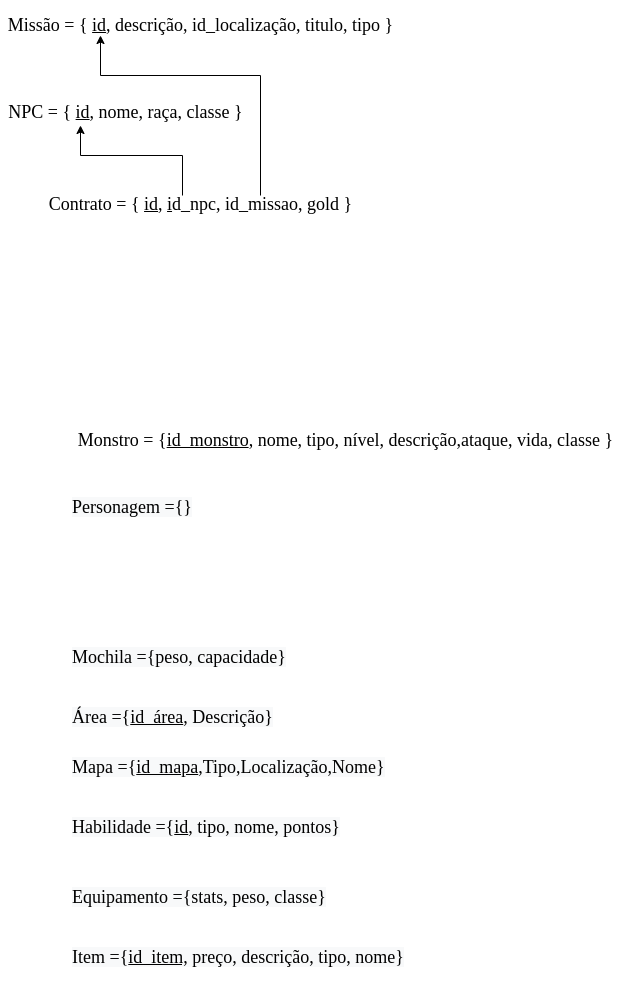
Before: Modelo Relacional/modeloRelacional.drawio.png, a diagram exported from draw.io (SBD1/Grupo6-TheWitcher). Source tidied: cells renumbered, new cells last; positions are measured from the earlier drawing's top-left corner, leaving out a move shared by most shapes.
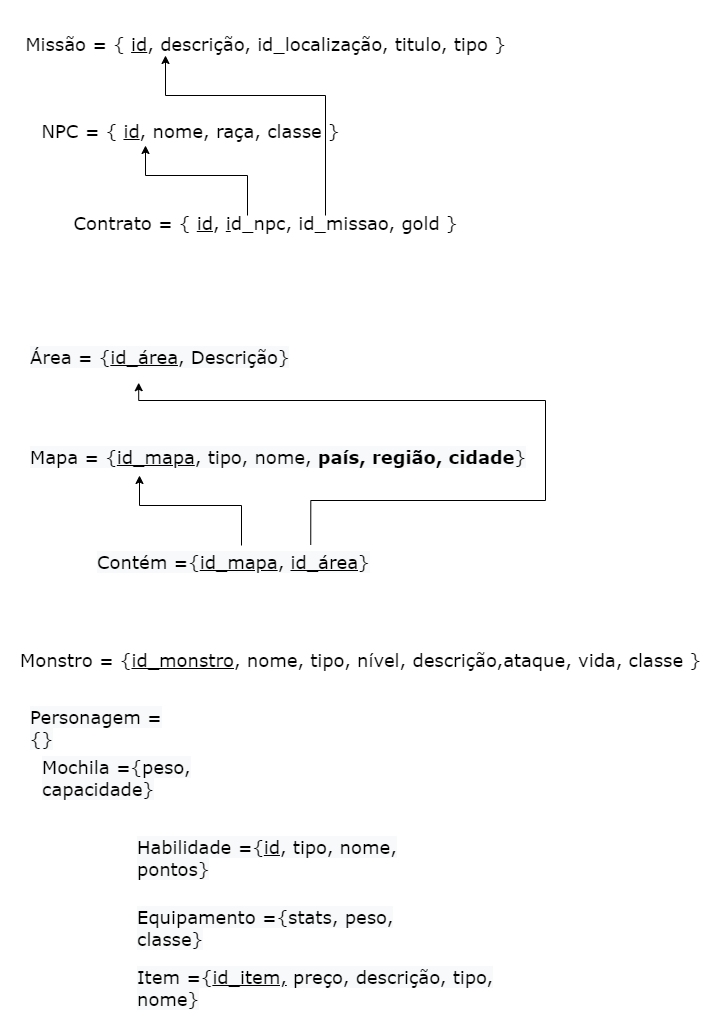
After the commit.

Commit message:
Adição do mapeamento de mapa e área

What changed in the source:
```diff
@@ -3,7 +3,7 @@
     <mxCell id="0" />
     <mxCell id="1" parent="0" />
     <mxCell id="2" value="&lt;font face=&quot;Verdana&quot; style=&quot;font-size: 18px&quot;&gt;Monstro = {&lt;u&gt;id_monstro&lt;/u&gt;, nome, tipo, nível, descrição,ataque, vida, classe }&lt;/font&gt;" style="text;html=1;align=center;verticalAlign=middle;strokeColor=none;fillColor=none;" parent="1" vertex="1">
-      <mxGeometry x="70" y="430" width="550" height="20" as="geometry" />
+      <mxGeometry x="20" y="630" width="550" height="20" as="geometry" />
     </mxCell>
     <mxCell id="3" value="&lt;p class=&quot;western&quot; style=&quot;margin-bottom: 0cm ; direction: ltr ; line-height: 21.92px ; text-align: left ; background: transparent&quot;&gt;&lt;font style=&quot;font-size: 18px&quot; face=&quot;Verdana&quot;&gt;&lt;font color=&quot;#000000&quot;&gt;&lt;font&gt;&lt;font&gt;Missão = { &lt;/font&gt;&lt;/font&gt;&lt;/font&gt;&lt;font color=&quot;#000000&quot;&gt;&lt;font&gt;&lt;u&gt;&lt;span style=&quot;background: transparent&quot;&gt;id&lt;/span&gt;&lt;/u&gt;&lt;/font&gt;&lt;/font&gt;&lt;font color=&quot;#000000&quot;&gt;&lt;font&gt;&lt;font&gt;, descrição, id_localização, titulo, tipo }&lt;/font&gt;&lt;/font&gt;&lt;/font&gt;&lt;/font&gt;&lt;/p&gt;" style="text;html=1;align=center;verticalAlign=middle;strokeColor=none;fillColor=none;" parent="1" vertex="1">
       <mxGeometry width="400" height="40" as="geometry" />
@@ -35,19 +35,19 @@
       </mxGeometry>
     </mxCell>
     <mxCell id="8" value="&lt;span style=&quot;color: rgb(0, 0, 0); font-family: verdana; font-size: 18px; font-style: normal; font-weight: 400; letter-spacing: normal; text-align: center; text-indent: 0px; text-transform: none; word-spacing: 0px; background-color: rgb(248, 249, 250); display: inline; float: none;&quot;&gt;Personagem ={}&lt;/span&gt;" style="text;whiteSpace=wrap;html=1;fontSize=18;fontFamily=Verdana;" parent="1" vertex="1">
-      <mxGeometry x="70" y="490" width="150" height="40" as="geometry" />
+      <mxGeometry x="-37" y="680" width="150" height="40" as="geometry" />
     </mxCell>
     <mxCell id="9" value="&lt;span style=&quot;color: rgb(0 , 0 , 0) ; font-family: &amp;#34;verdana&amp;#34; ; font-size: 18px ; font-style: normal ; font-weight: 400 ; letter-spacing: normal ; text-align: center ; text-indent: 0px ; text-transform: none ; word-spacing: 0px ; background-color: rgb(248 , 249 , 250) ; display: inline ; float: none&quot;&gt;Item ={&lt;u&gt;id_item,&lt;/u&gt;&amp;nbsp;preço, descrição, tipo, nome}&lt;/span&gt;" style="text;whiteSpace=wrap;html=1;fontSize=18;fontFamily=Verdana;" parent="1" vertex="1">
       <mxGeometry x="70" y="940" width="360" height="40" as="geometry" />
     </mxCell>
     <mxCell id="10" value="&lt;span style=&quot;color: rgb(0 , 0 , 0) ; font-family: &amp;#34;verdana&amp;#34; ; font-size: 18px ; font-style: normal ; font-weight: 400 ; letter-spacing: normal ; text-align: center ; text-indent: 0px ; text-transform: none ; word-spacing: 0px ; background-color: rgb(248 , 249 , 250) ; display: inline ; float: none&quot;&gt;Mochila ={peso, capacidade}&lt;/span&gt;" style="text;whiteSpace=wrap;html=1;fontSize=18;fontFamily=Verdana;" parent="1" vertex="1">
-      <mxGeometry x="70" y="640" width="260" height="40" as="geometry" />
+      <mxGeometry x="-25" y="730" width="260" height="40" as="geometry" />
     </mxCell>
-    <mxCell id="11" value="&lt;span style=&quot;color: rgb(0 , 0 , 0) ; font-family: &amp;#34;verdana&amp;#34; ; font-size: 18px ; font-style: normal ; font-weight: 400 ; letter-spacing: normal ; text-align: center ; text-indent: 0px ; text-transform: none ; word-spacing: 0px ; background-color: rgb(248 , 249 , 250) ; display: inline ; float: none&quot;&gt;Área ={&lt;u&gt;id_área&lt;/u&gt;, Descrição}&lt;/span&gt;" style="text;whiteSpace=wrap;html=1;fontSize=18;fontFamily=Verdana;" parent="1" vertex="1">
-      <mxGeometry x="70" y="700" width="290" height="40" as="geometry" />
+    <mxCell id="11" value="&lt;span style=&quot;color: rgb(0 , 0 , 0) ; font-family: &amp;#34;verdana&amp;#34; ; font-size: 18px ; font-style: normal ; font-weight: 400 ; letter-spacing: normal ; text-align: center ; text-indent: 0px ; text-transform: none ; word-spacing: 0px ; background-color: rgb(248 , 249 , 250) ; display: inline ; float: none&quot;&gt;Área = {&lt;u&gt;id_área&lt;/u&gt;, Descrição}&lt;/span&gt;" style="text;whiteSpace=wrap;html=1;fontSize=18;fontFamily=Verdana;" parent="1" vertex="1">
+      <mxGeometry x="-37" y="320" width="290" height="40" as="geometry" />
     </mxCell>
-    <mxCell id="12" value="&lt;span style=&quot;color: rgb(0 , 0 , 0) ; font-family: &amp;#34;verdana&amp;#34; ; font-size: 18px ; font-style: normal ; font-weight: 400 ; letter-spacing: normal ; text-align: center ; text-indent: 0px ; text-transform: none ; word-spacing: 0px ; background-color: rgb(248 , 249 , 250) ; display: inline ; float: none&quot;&gt;Mapa ={&lt;u&gt;id_mapa&lt;/u&gt;,Tipo,Localização,Nome}&lt;/span&gt;" style="text;whiteSpace=wrap;html=1;fontSize=18;fontFamily=Verdana;" parent="1" vertex="1">
-      <mxGeometry x="70" y="750" width="420" height="40" as="geometry" />
+    <mxCell id="12" value="&lt;span style=&quot;color: rgb(0 , 0 , 0) ; font-family: &amp;#34;verdana&amp;#34; ; font-size: 18px ; font-style: normal ; font-weight: 400 ; letter-spacing: normal ; text-align: center ; text-indent: 0px ; text-transform: none ; word-spacing: 0px ; background-color: rgb(248 , 249 , 250) ; display: inline ; float: none&quot;&gt;Mapa = {&lt;u&gt;id_mapa&lt;/u&gt;, tipo, nome, &lt;/span&gt;&lt;span style=&quot;color: rgb(0 , 0 , 0) ; font-family: &amp;#34;verdana&amp;#34; ; font-size: 18px ; font-style: normal ; letter-spacing: normal ; text-align: center ; text-indent: 0px ; text-transform: none ; word-spacing: 0px ; background-color: rgb(248 , 249 , 250) ; display: inline ; float: none&quot;&gt;&lt;b&gt;país, região, cidade&lt;/b&gt;&lt;/span&gt;&lt;span style=&quot;color: rgb(0 , 0 , 0) ; font-family: &amp;#34;verdana&amp;#34; ; font-size: 18px ; font-style: normal ; font-weight: 400 ; letter-spacing: normal ; text-align: center ; text-indent: 0px ; text-transform: none ; word-spacing: 0px ; background-color: rgb(248 , 249 , 250) ; display: inline ; float: none&quot;&gt;}&lt;/span&gt;" style="text;whiteSpace=wrap;html=1;fontSize=18;fontFamily=Verdana;" parent="1" vertex="1">
+      <mxGeometry x="-37" y="420" width="627" height="40" as="geometry" />
     </mxCell>
     <mxCell id="13" value="&lt;span style=&quot;color: rgb(0 , 0 , 0) ; font-family: &amp;#34;verdana&amp;#34; ; font-size: 18px ; font-style: normal ; font-weight: 400 ; letter-spacing: normal ; text-align: center ; text-indent: 0px ; text-transform: none ; word-spacing: 0px ; background-color: rgb(248 , 249 , 250) ; display: inline ; float: none&quot;&gt;Habilidade ={&lt;u&gt;id&lt;/u&gt;, tipo, nome, pontos}&lt;/span&gt;" style="text;whiteSpace=wrap;html=1;fontSize=18;fontFamily=Verdana;" parent="1" vertex="1">
       <mxGeometry x="70" y="810" width="310" height="40" as="geometry" />
@@ -55,5 +55,28 @@
     <mxCell id="14" value="&lt;span style=&quot;color: rgb(0 , 0 , 0) ; font-family: &amp;#34;verdana&amp;#34; ; font-size: 18px ; font-style: normal ; font-weight: 400 ; letter-spacing: normal ; text-align: center ; text-indent: 0px ; text-transform: none ; word-spacing: 0px ; background-color: rgb(248 , 249 , 250) ; display: inline ; float: none&quot;&gt;Equipamento ={stats, peso, classe}&lt;/span&gt;" style="text;whiteSpace=wrap;html=1;fontSize=18;fontFamily=Verdana;" parent="1" vertex="1">
       <mxGeometry x="70" y="880" width="290" height="40" as="geometry" />
     </mxCell>
+    <mxCell id="15" style="endArrow=classic;html=1;rounded=0;fontFamily=Verdana;fontSize=18;" parent="1" edge="1">
+      <mxGeometry relative="1" as="geometry">
+        <mxPoint x="176" y="525" as="sourcePoint" />
+        <mxPoint x="74" y="455" as="targetPoint" />
+        <Array as="points">
+          <mxPoint x="176" y="485" />
+          <mxPoint x="74" y="485" />
+        </Array>
+      </mxGeometry>
+    </mxCell>
+    <mxCell id="16" style="edgeStyle=orthogonalEdgeStyle;rounded=0;jettySize=auto;html=1;exitX=0.75;exitY=0;exitDx=0;exitDy=0;entryX=0.38;entryY=1.055;entryDx=0;entryDy=0;entryPerimeter=0;" parent="1" edge="1" source="17" target="11">
+      <mxGeometry relative="1" as="geometry">
+        <Array as="points">
+          <mxPoint x="245" y="480" />
+          <mxPoint x="480" y="480" />
+          <mxPoint x="480" y="380" />
+          <mxPoint x="73" y="380" />
+        </Array>
+      </mxGeometry>
+    </mxCell>
+    <mxCell id="17" value="&lt;span style=&quot;color: rgb(0 , 0 , 0) ; font-family: &amp;#34;verdana&amp;#34; ; font-size: 18px ; font-style: normal ; font-weight: 400 ; letter-spacing: normal ; text-align: center ; text-indent: 0px ; text-transform: none ; word-spacing: 0px ; background-color: rgb(248 , 249 , 250) ; display: inline ; float: none&quot;&gt;Contém ={&lt;u&gt;id_mapa&lt;/u&gt;, &lt;u&gt;id_área&lt;/u&gt;&lt;/span&gt;&lt;span style=&quot;color: rgb(0 , 0 , 0) ; font-family: &amp;#34;verdana&amp;#34; ; font-size: 18px ; font-style: normal ; font-weight: 400 ; letter-spacing: normal ; text-align: center ; text-indent: 0px ; text-transform: none ; word-spacing: 0px ; background-color: rgb(248 , 249 , 250) ; display: inline ; float: none&quot;&gt;}&lt;/span&gt;" style="text;whiteSpace=wrap;html=1;fontSize=18;fontFamily=Verdana;" parent="1" vertex="1">
+      <mxGeometry x="30" y="524.5" width="287" height="40" as="geometry" />
+    </mxCell>
   </root>
 </mxGraphModel>
```
